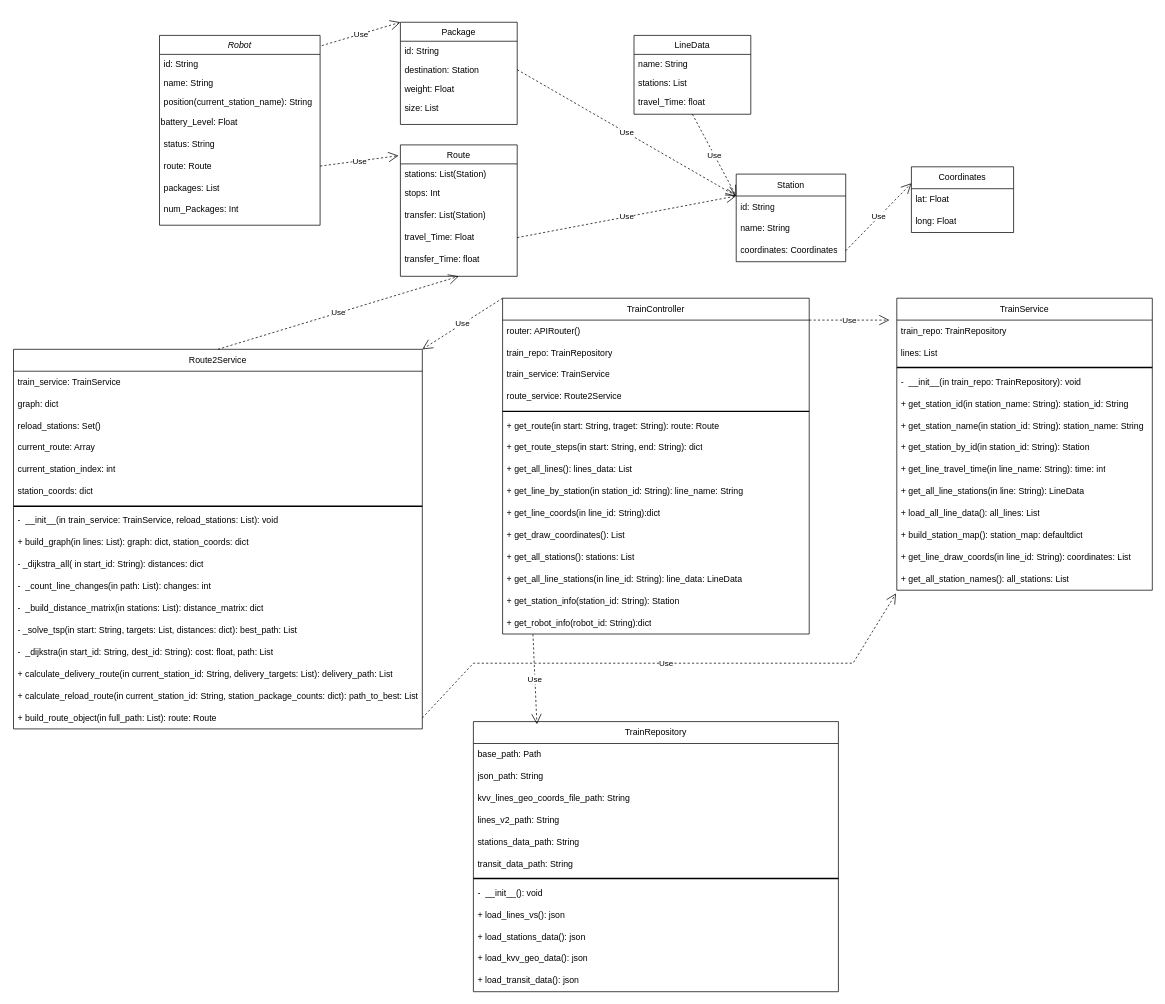
sammywestside/regioKArgoTramTrain keeps this draw.io diagram as Untitled Diagram.drawio. Above is the earlier version. Source tidied: cells renumbered, new cells numbered last; positions are measured from the earlier drawing's top-left corner, leaving out a move shared by most shapes. Both pictures are drawn from the tidied source at 73%, with x=0, y=0 at pixel (13, 22).
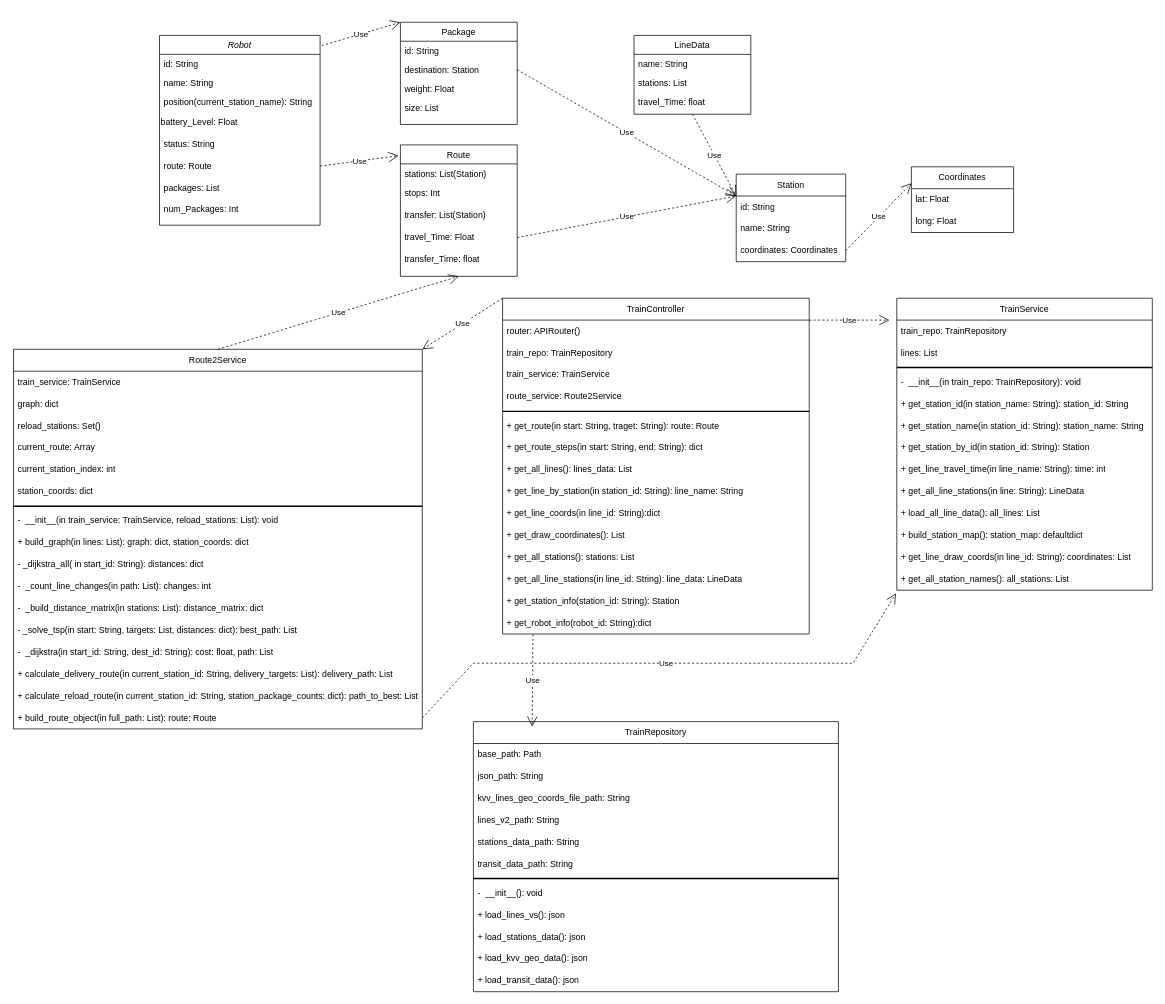
After the change.

Unchanged cells that the change refers to:
```xml
<mxCell id="61" value="TrainRepository" style="swimlane;fontStyle=0;horizontal=1;startSize=30;whiteSpace=wrap;html=1;" parent="1" vertex="1">
  <mxGeometry x="630" y="958" width="500" height="370" as="geometry" />
</mxCell>
<mxCell id="89" value="+ get_robot_info(robot_id: String):dict" style="text;strokeColor=none;fillColor=none;align=left;verticalAlign=middle;spacingLeft=4;spacingRight=4;overflow=hidden;points=[[0,0.5],[1,0.5]];portConstraint=eastwest;whiteSpace=wrap;html=1;" parent="74" vertex="1">
  <mxGeometry y="430" width="420" height="30" as="geometry" />
</mxCell>
```

The edit, as a diff of the source:
```diff
@@
-    <mxCell id="104" value="Use" style="endArrow=open;endSize=12;dashed=1;html=1;rounded=0;exitX=0.099;exitY=1.011;exitDx=0;exitDy=0;entryX=0.174;entryY=0.01;entryDx=0;entryDy=0;exitPerimeter=0;entryPerimeter=0;" parent="1" edge="1" source="89" target="61">
+    <mxCell id="104" value="Use" style="endArrow=open;endSize=12;dashed=1;html=1;rounded=0;exitX=0.099;exitY=1.011;exitDx=0;exitDy=0;exitPerimeter=0;entryX=0.161;entryY=0.019;entryDx=0;entryDy=0;entryPerimeter=0;" parent="1" edge="1" source="89" target="61">
       <mxGeometry relative="1" as="geometry" />
     </mxCell>
```
